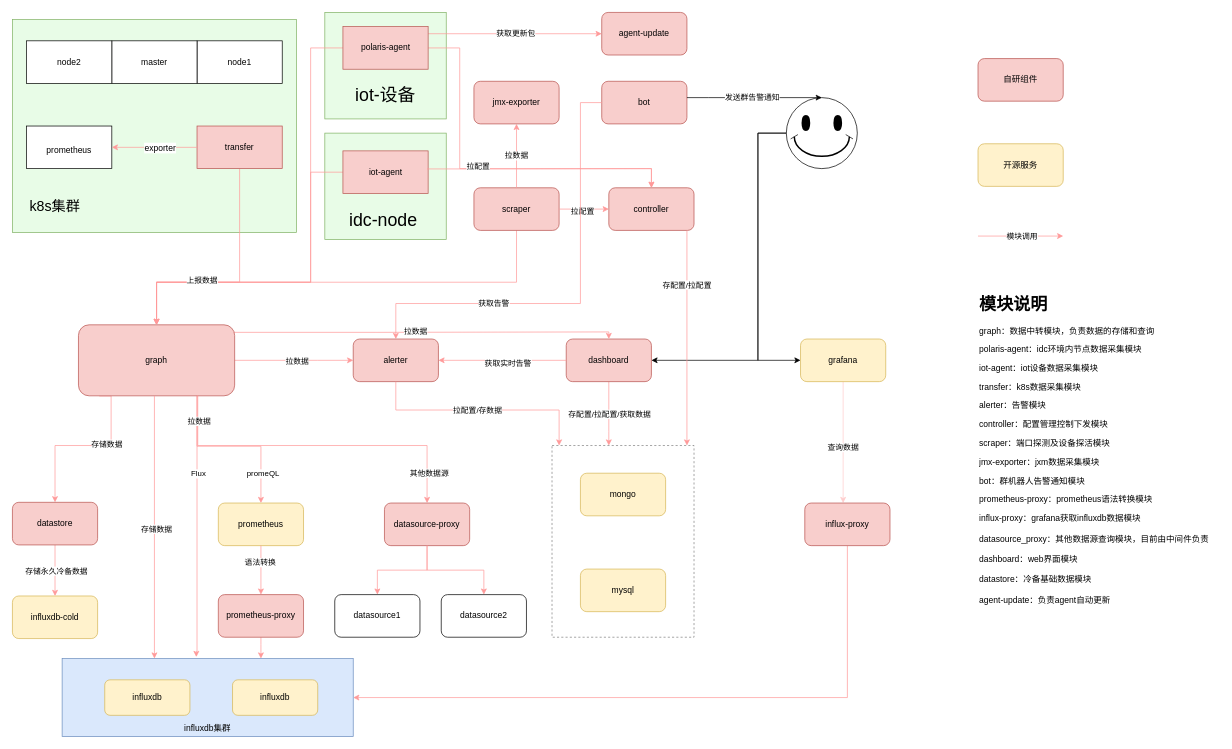
This is polaris框架.drawio from wupei-w/diagrams, a draw.io file, before an edit. Source tidied: cells renumbered, new cells numbered last; positions are measured from the earlier drawing's top-left corner, leaving out a move shared by most shapes. Both pictures are drawn from the tidied source at 71%, with x=0, y=0 at pixel (12, 12).
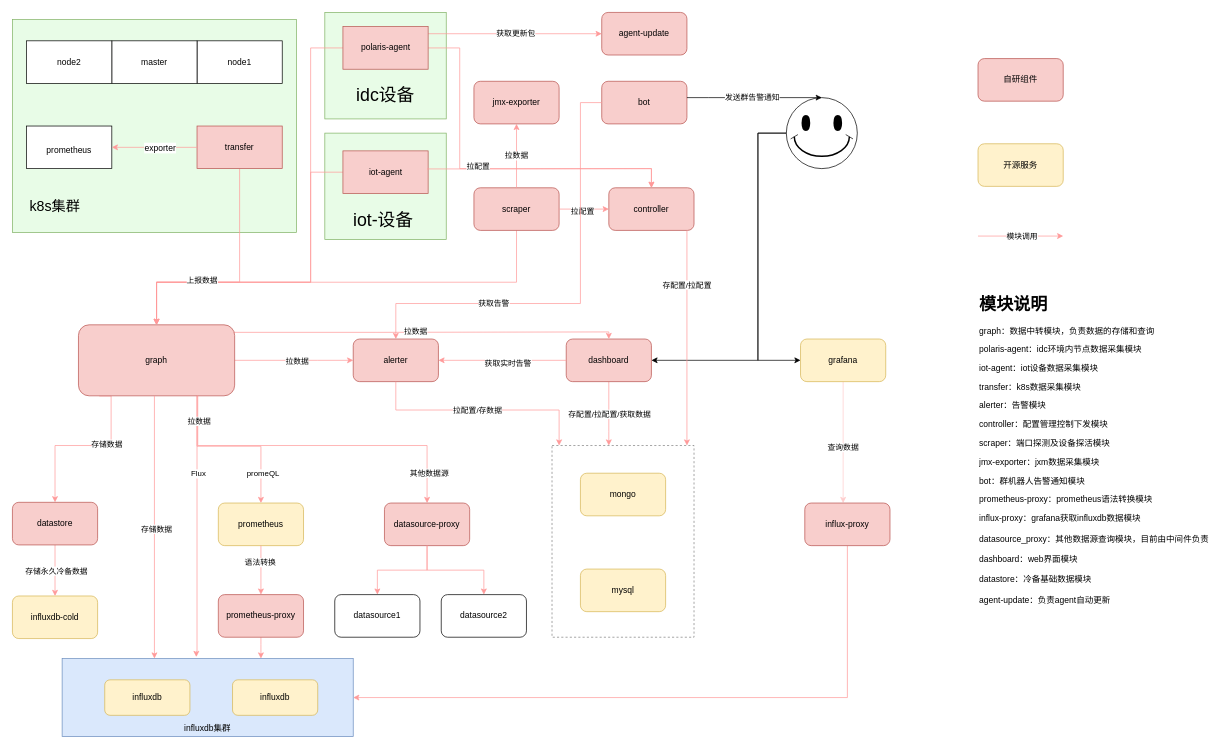
The same page after the edit.

The edit, as a diff of the source:
```diff
@@
-    <mxCell id="61" value="&lt;font style=&quot;font-size: 25px;&quot;&gt;idc-node&lt;/font&gt;" style="text;strokeColor=none;align=center;fillColor=none;html=1;verticalAlign=middle;whiteSpace=wrap;rounded=0;" parent="1" vertex="1">
+    <mxCell id="61" value="&lt;font style=&quot;font-size: 25px;&quot;&gt;iot-设备&lt;/font&gt;" style="text;strokeColor=none;align=center;fillColor=none;html=1;verticalAlign=middle;whiteSpace=wrap;rounded=0;" parent="1" vertex="1">
       <mxGeometry x="465.5" y="277" width="113" height="30" as="geometry" />
     </mxCell>
@@
-    <mxCell id="65" value="&lt;font style=&quot;font-size: 25px;&quot;&gt;iot-设备&lt;/font&gt;" style="text;strokeColor=none;align=center;fillColor=none;html=1;verticalAlign=middle;whiteSpace=wrap;rounded=0;" parent="1" vertex="1">
+    <mxCell id="65" value="&lt;font style=&quot;font-size: 25px;&quot;&gt;idc设备&lt;/font&gt;" style="text;strokeColor=none;align=center;fillColor=none;html=1;verticalAlign=middle;whiteSpace=wrap;rounded=0;" parent="1" vertex="1">
       <mxGeometry x="479" y="100" width="93" height="30" as="geometry" />
     </mxCell>
```
